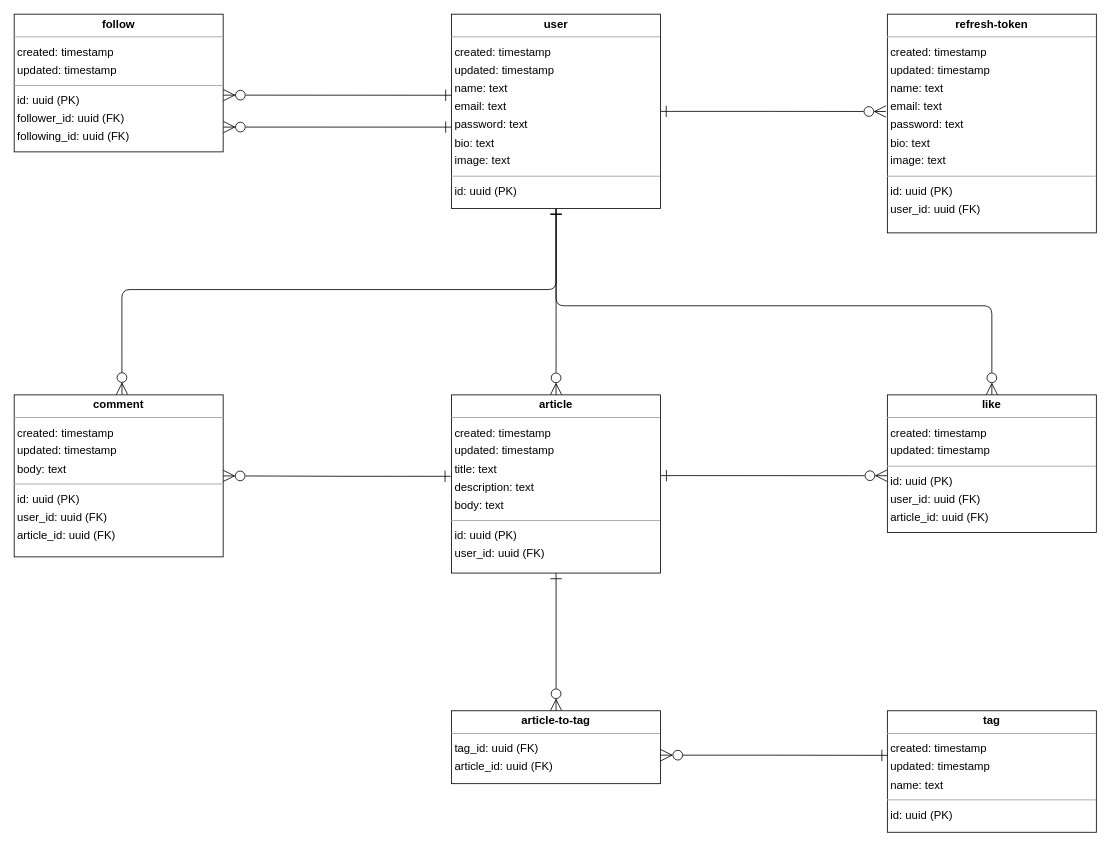
Before: Untitled Diagram.drawio in feden2906/demo-nestjs, a draw.io diagram. Source tidied: cells renumbered, new cells numbered last; positions are measured from the earlier drawing's top-left corner, leaving out a move shared by most shapes. Both pictures are drawn from the tidied source at 81%, with x=0, y=0 at pixel (14, 14).
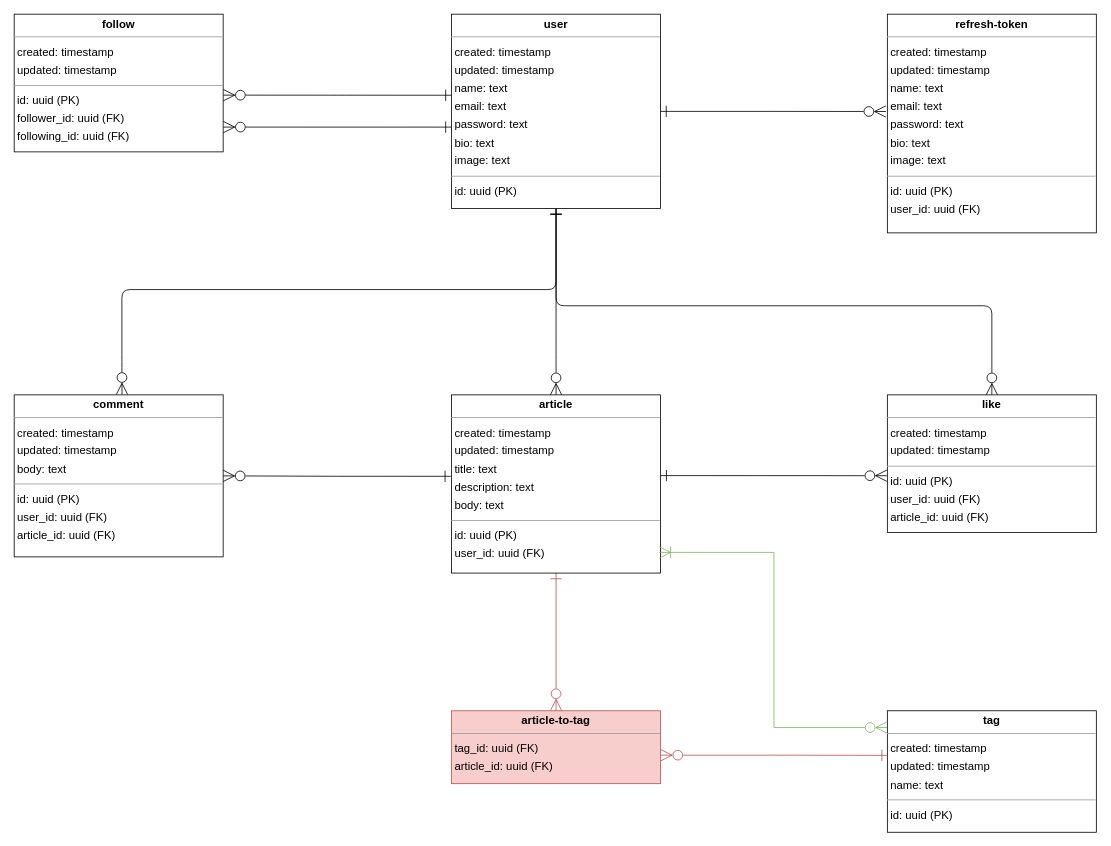
Above is the later version.

Unchanged cells that the change refers to:
```xml
<mxCell id="12" value="&lt;p style=&quot;margin:0px;margin-top:4px;text-align:center;&quot;&gt;&lt;b&gt;article&lt;/b&gt;&lt;/p&gt;&lt;hr size=&quot;1&quot;&gt;&lt;p style=&quot;margin:0 0 0 4px;line-height:1.6;&quot;&gt; created: timestamp&lt;br&gt; updated: timestamp&lt;br&gt;&lt;/p&gt;&lt;p style=&quot;margin:0 0 0 4px;line-height:1.6;&quot;&gt;title: text&lt;br&gt;&lt;/p&gt;&lt;p style=&quot;margin:0 0 0 4px;line-height:1.6;&quot;&gt;description: text&lt;br&gt;&lt;/p&gt;&lt;p style=&quot;margin:0 0 0 4px;line-height:1.6;&quot;&gt;body: text&lt;/p&gt;&lt;hr size=&quot;1&quot;&gt;&lt;p style=&quot;border-color: var(--border-color); margin: 0px 0px 0px 4px; line-height: 1.6;&quot;&gt;id: uuid (PK)&lt;/p&gt;&lt;p style=&quot;border-color: var(--border-color); margin: 0px 0px 0px 4px; line-height: 1.6;&quot;&gt;user_id: uuid (FK)&lt;/p&gt;" style="verticalAlign=top;align=left;overflow=fill;fontSize=14;fontFamily=Helvetica;html=1;rounded=0;shadow=0;comic=0;labelBackgroundColor=none;strokeWidth=1;" parent="1" vertex="1">
  <mxGeometry x="540" y="470" width="258" height="220" as="geometry" />
</mxCell>
<mxCell id="18" value="&lt;p style=&quot;margin:0px;margin-top:4px;text-align:center;&quot;&gt;&lt;b&gt;tag&lt;/b&gt;&lt;/p&gt;&lt;hr size=&quot;1&quot;&gt;&lt;p style=&quot;margin:0 0 0 4px;line-height:1.6;&quot;&gt; created: timestamp&lt;br&gt; updated: timestamp&lt;br&gt;name: text&lt;br&gt;&lt;/p&gt;&lt;hr size=&quot;1&quot;&gt;&lt;p style=&quot;border-color: var(--border-color); margin: 0px 0px 0px 4px; line-height: 1.6;&quot;&gt;id: uuid (PK)&lt;br&gt;&lt;/p&gt;" style="verticalAlign=top;align=left;overflow=fill;fontSize=14;fontFamily=Helvetica;html=1;rounded=0;shadow=0;comic=0;labelBackgroundColor=none;strokeWidth=1;" parent="1" vertex="1">
  <mxGeometry x="1078" y="860" width="258" height="150" as="geometry" />
</mxCell>
```

The edit, as a diff of the source:
```diff
@@
-    <mxCell id="11" style="edgeStyle=orthogonalEdgeStyle;rounded=1;jettySize=auto;html=1;exitX=0.5;exitY=1;exitDx=0;exitDy=0;entryX=0.5;entryY=0;entryDx=0;entryDy=0;curved=0;endSize=12;startSize=12;endArrow=ERzeroToMany;endFill=0;startArrow=ERone;startFill=0;" parent="1" edge="1" source="12" target="17">
-      <mxGeometry relative="1" as="geometry" />
+    <mxCell id="11" style="edgeStyle=orthogonalEdgeStyle;rounded=1;jettySize=auto;html=1;exitX=0.5;exitY=1;exitDx=0;exitDy=0;entryX=0.5;entryY=0;entryDx=0;entryDy=0;curved=0;endSize=12;startSize=12;endArrow=ERzeroToMany;endFill=0;startArrow=ERone;startFill=0;fillColor=#f8cecc;strokeColor=#b85450;" parent="1" edge="1" source="12" target="17">
+      <mxGeometry relative="1" as="geometry">
+        <Array as="points">
+          <mxPoint x="669" y="780" />
+          <mxPoint x="669" y="780" />
+        </Array>
+      </mxGeometry>
     </mxCell>
@@
-    <mxCell id="17" value="&lt;p style=&quot;margin:0px;margin-top:4px;text-align:center;&quot;&gt;&lt;b&gt;article-to-tag&lt;/b&gt;&lt;/p&gt;&lt;hr size=&quot;1&quot;&gt;&lt;p style=&quot;margin:0 0 0 4px;line-height:1.6;&quot;&gt;&lt;/p&gt;&lt;p style=&quot;border-color: var(--border-color); margin: 0px 0px 0px 4px; line-height: 1.6;&quot;&gt;&lt;span style=&quot;background-color: initial;&quot;&gt;tag_id: uuid (FK)&lt;/span&gt;&lt;br&gt;&lt;/p&gt;&lt;p style=&quot;border-color: var(--border-color); margin: 0px 0px 0px 4px; line-height: 1.6;&quot;&gt;article_id: uuid (FK)&lt;/p&gt;" style="verticalAlign=top;align=left;overflow=fill;fontSize=14;fontFamily=Helvetica;html=1;rounded=0;shadow=0;comic=0;labelBackgroundColor=none;strokeWidth=1;" parent="1" vertex="1">
+    <mxCell id="17" value="&lt;p style=&quot;margin:0px;margin-top:4px;text-align:center;&quot;&gt;&lt;b&gt;article-to-tag&lt;/b&gt;&lt;/p&gt;&lt;hr size=&quot;1&quot;&gt;&lt;p style=&quot;margin:0 0 0 4px;line-height:1.6;&quot;&gt;&lt;/p&gt;&lt;p style=&quot;border-color: var(--border-color); margin: 0px 0px 0px 4px; line-height: 1.6;&quot;&gt;&lt;span style=&quot;background-color: initial;&quot;&gt;tag_id: uuid (FK)&lt;/span&gt;&lt;br&gt;&lt;/p&gt;&lt;p style=&quot;border-color: var(--border-color); margin: 0px 0px 0px 4px; line-height: 1.6;&quot;&gt;article_id: uuid (FK)&lt;/p&gt;" style="verticalAlign=top;align=left;overflow=fill;fontSize=14;fontFamily=Helvetica;html=1;rounded=0;shadow=0;comic=0;labelBackgroundColor=none;strokeWidth=1;fillColor=#f8cecc;strokeColor=#b85450;" parent="1" vertex="1">
       <mxGeometry x="540" y="860" width="258" height="90" as="geometry" />
     </mxCell>
@@
-    <mxCell id="19" style="edgeStyle=orthogonalEdgeStyle;rounded=0;jettySize=auto;html=1;entryX=0.001;entryY=0.367;entryDx=0;entryDy=0;entryPerimeter=0;endSize=12;startSize=12;endArrow=ERone;endFill=0;startArrow=ERzeroToMany;startFill=0;exitX=1.001;exitY=0.609;exitDx=0;exitDy=0;exitPerimeter=0;" parent="1" edge="1" source="17" target="18">
+    <mxCell id="19" style="edgeStyle=orthogonalEdgeStyle;rounded=0;jettySize=auto;html=1;entryX=0.001;entryY=0.367;entryDx=0;entryDy=0;entryPerimeter=0;endSize=12;startSize=12;endArrow=ERone;endFill=0;startArrow=ERzeroToMany;startFill=0;exitX=1.001;exitY=0.609;exitDx=0;exitDy=0;exitPerimeter=0;fillColor=#f8cecc;strokeColor=#b85450;" parent="1" edge="1" source="17" target="18">
       <mxGeometry relative="1" as="geometry" />
     </mxCell>
+    <mxCell id="20" style="edgeStyle=orthogonalEdgeStyle;rounded=0;jettySize=auto;html=1;entryX=-0.001;entryY=0.138;entryDx=0;entryDy=0;entryPerimeter=0;exitX=0.994;exitY=0.884;exitDx=0;exitDy=0;exitPerimeter=0;endArrow=ERzeroToMany;endFill=0;startArrow=ERoneToMany;startFill=0;endSize=12;startSize=12;fillColor=#d5e8d4;strokeColor=#82b366;" parent="1" edge="1" source="12" target="18">
+      <mxGeometry relative="1" as="geometry" />
+    </mxCell>
```
